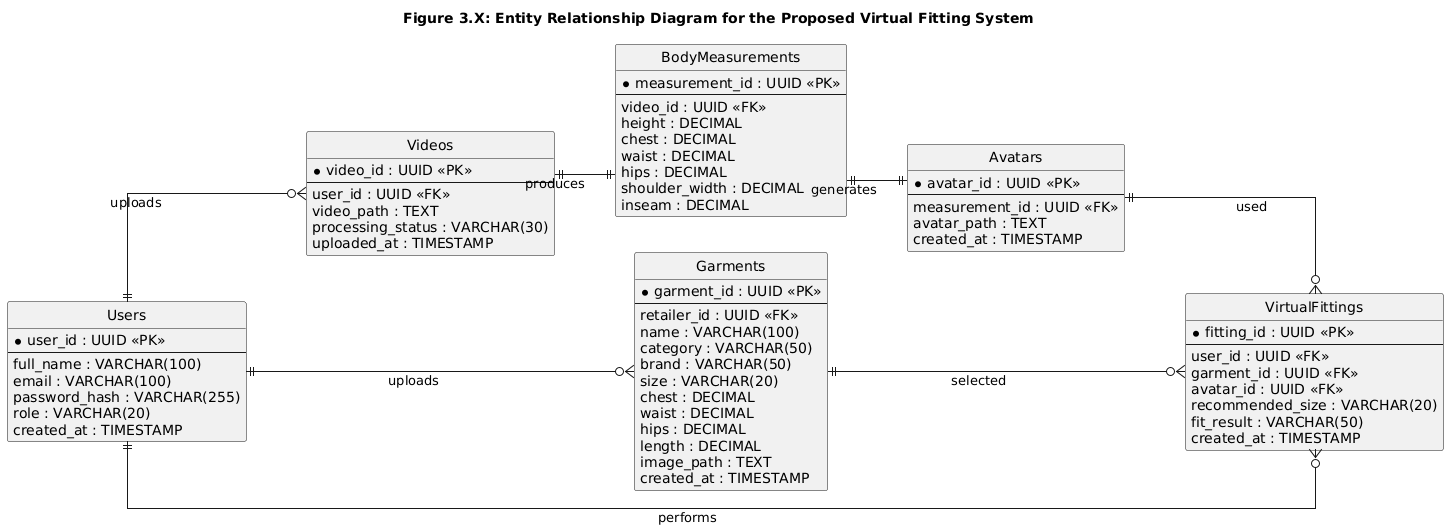
Earlier version of the PlantUML export docs/uml-diagrams/database_design/erd.png (chris-macharia/SmartFit). Source of this version:
```plantuml
@startuml
title Figure 3.X: Entity Relationship Diagram for the Proposed Virtual Fitting System

left to right direction

hide circle

skinparam linetype ortho
skinparam shadowing false
skinparam packageStyle rectangle
skinparam defaultFontName Arial
skinparam defaultTextAlignment left

skinparam entity {
    BackgroundColor White
    BorderColor Black
    FontColor Black
    FontSize 9
}

entity "Users" as Users {
    * user_id : UUID <<PK>>
    --
    full_name : VARCHAR(100)
    email : VARCHAR(100)
    password_hash : VARCHAR(255)
    role : VARCHAR(20)
    created_at : TIMESTAMP
}

entity "Videos" as Videos {
    * video_id : UUID <<PK>>
    --
    user_id : UUID <<FK>>
    video_path : TEXT
    processing_status : VARCHAR(30)
    uploaded_at : TIMESTAMP
}

entity "BodyMeasurements" as Measurements {
    * measurement_id : UUID <<PK>>
    --
    video_id : UUID <<FK>>
    height : DECIMAL
    chest : DECIMAL
    waist : DECIMAL
    hips : DECIMAL
    shoulder_width : DECIMAL
    inseam : DECIMAL
}

entity "Avatars" as Avatars {
    * avatar_id : UUID <<PK>>
    --
    measurement_id : UUID <<FK>>
    avatar_path : TEXT
    created_at : TIMESTAMP
}

entity "Garments" as Garments {
    * garment_id : UUID <<PK>>
    --
    retailer_id : UUID <<FK>>
    name : VARCHAR(100)
    category : VARCHAR(50)
    brand : VARCHAR(50)
    size : VARCHAR(20)
    chest : DECIMAL
    waist : DECIMAL
    hips : DECIMAL
    length : DECIMAL
    image_path : TEXT
    created_at : TIMESTAMP
}

entity "VirtualFittings" as Fittings {
    * fitting_id : UUID <<PK>>
    --
    user_id : UUID <<FK>>
    garment_id : UUID <<FK>>
    avatar_id : UUID <<FK>>
    recommended_size : VARCHAR(20)
    fit_result : VARCHAR(50)
    created_at : TIMESTAMP
}

Users ||--o{ Videos : uploads

Videos ||--|| Measurements : produces

Measurements ||--|| Avatars : generates

Users ||--o{ Garments : uploads

Users ||--o{ Fittings : performs

Garments ||--o{ Fittings : selected

Avatars ||--o{ Fittings : used
@enduml
```
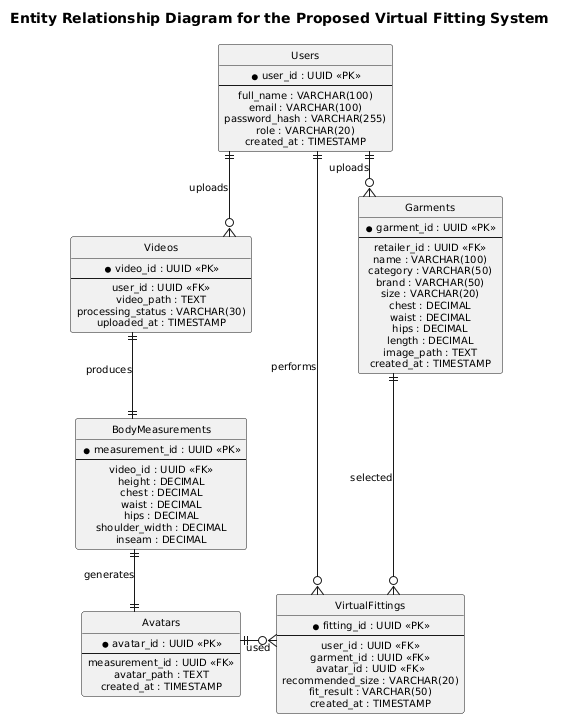
Above is the later version.

What changed in the source:
```diff
@@ -1,24 +1,31 @@
 @startuml
-title Figure 3.X: Entity Relationship Diagram for the Proposed Virtual Fitting System
+title Entity Relationship Diagram for the Proposed Virtual Fitting System
 
-left to right direction
+top to bottom direction
 
 hide circle
 
 skinparam linetype ortho
 skinparam shadowing false
 skinparam packageStyle rectangle
+
 skinparam defaultFontName Arial
-skinparam defaultTextAlignment left
+skinparam defaultTextAlignment center
+skinparam defaultFontSize 10
 
 skinparam entity {
     BackgroundColor White
     BorderColor Black
     FontColor Black
-    FontSize 9
+    FontSize 11
+    AttributeFontSize 9
 }
 
-entity "Users" as Users {
+skinparam nodesep 35
+skinparam ranksep 45
+
+
+entity Users {
     * user_id : UUID <<PK>>
     --
     full_name : VARCHAR(100)
@@ -28,7 +35,7 @@
     created_at : TIMESTAMP
 }
 
-entity "Videos" as Videos {
+entity Videos {
     * video_id : UUID <<PK>>
     --
     user_id : UUID <<FK>>
@@ -37,7 +44,7 @@
     uploaded_at : TIMESTAMP
 }
 
-entity "BodyMeasurements" as Measurements {
+entity BodyMeasurements {
     * measurement_id : UUID <<PK>>
     --
     video_id : UUID <<FK>>
@@ -49,7 +56,7 @@
     inseam : DECIMAL
 }
 
-entity "Avatars" as Avatars {
+entity Avatars {
     * avatar_id : UUID <<PK>>
     --
     measurement_id : UUID <<FK>>
@@ -57,7 +64,7 @@
     created_at : TIMESTAMP
 }
 
-entity "Garments" as Garments {
+entity Garments {
     * garment_id : UUID <<PK>>
     --
     retailer_id : UUID <<FK>>
@@ -73,7 +80,7 @@
     created_at : TIMESTAMP
 }
 
-entity "VirtualFittings" as Fittings {
+entity VirtualFittings {
     * fitting_id : UUID <<PK>>
     --
     user_id : UUID <<FK>>
@@ -84,17 +91,28 @@
     created_at : TIMESTAMP
 }
 
+
 Users ||--o{ Videos : uploads
 
-Videos ||--|| Measurements : produces
+Videos ||--|| BodyMeasurements : produces
 
-Measurements ||--|| Avatars : generates
+BodyMeasurements ||--|| Avatars : generates
 
 Users ||--o{ Garments : uploads
 
-Users ||--o{ Fittings : performs
+Users ||--o{ VirtualFittings : performs
 
-Garments ||--o{ Fittings : selected
+Garments ||--o{ VirtualFittings : selected
 
-Avatars ||--o{ Fittings : used
+Avatars ||--o{ VirtualFittings : used
+
+
+Users -[hidden]down- Videos
+Videos -[hidden]down- BodyMeasurements
+BodyMeasurements -[hidden]down- Avatars
+
+Users -[hidden]right- Garments
+Garments -[hidden]down- VirtualFittings
+
+Avatars -[hidden]right- VirtualFittings
 @enduml
```
